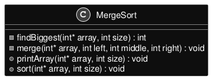
MaciejWojs/MergeSort keeps this PlantUML diagram as inline_umlgraph_1.png. Above is the earlier version.
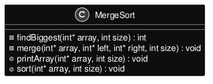
The same diagram one commit later.

Change to the diagram source:
```diff
@@ -4,7 +4,7 @@
 
 class MergeSort {
 -findBiggest(int* array, int size) : int
--merge(int* array, int left, int middle, int right) : void
+-merge(int* array, int* left, int* right, int size) : void
 +printArray(int* array, int size) : void
 +sort(int* array, int size) : void
 
```
